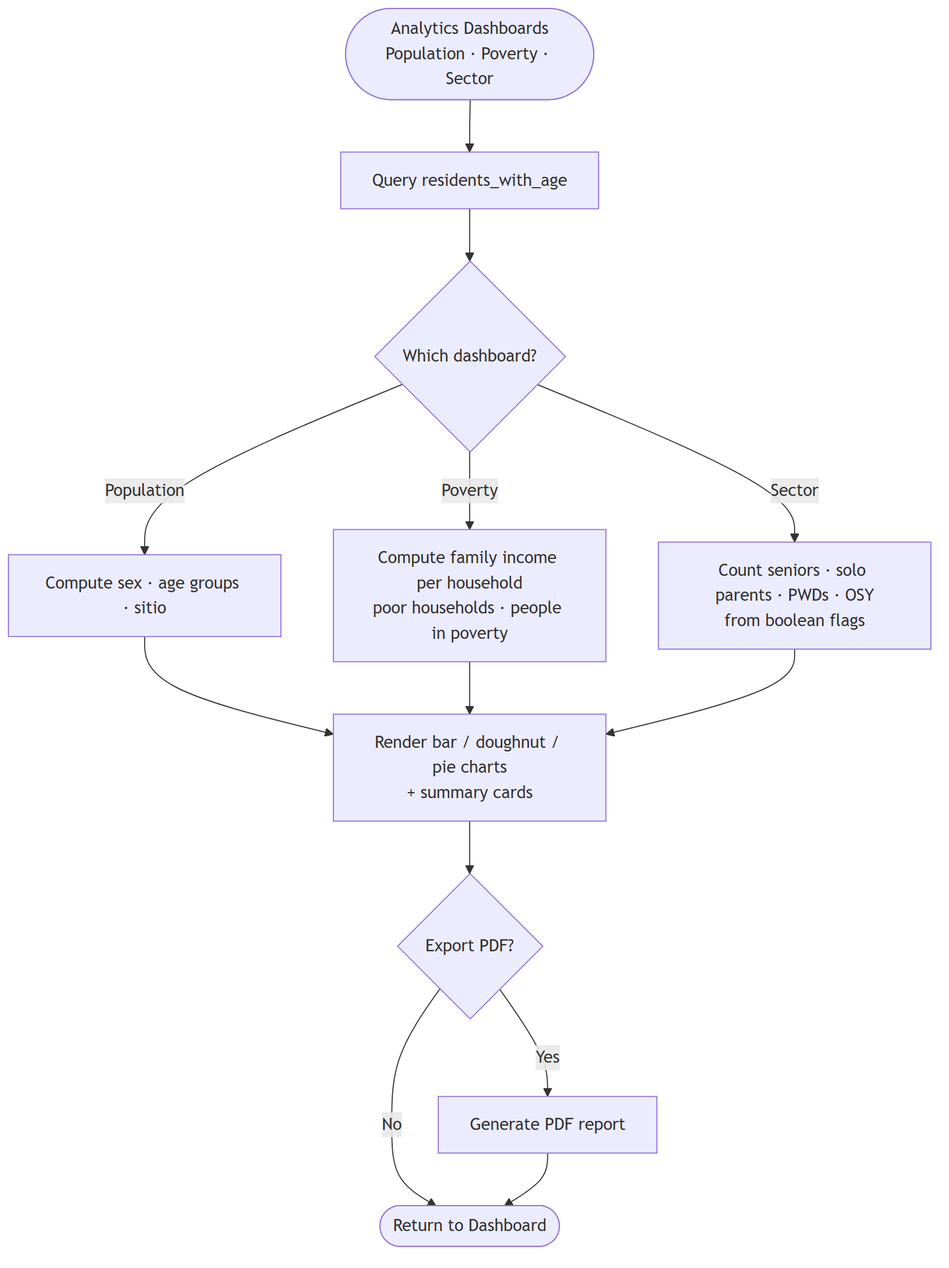
Before: diagrams/modules/analytics_dashboards.png, a diagram exported from Mermaid (KellyEspera/protect). Its source is kept beside it as diagrams/modules/analytics_dashboards.mmd.
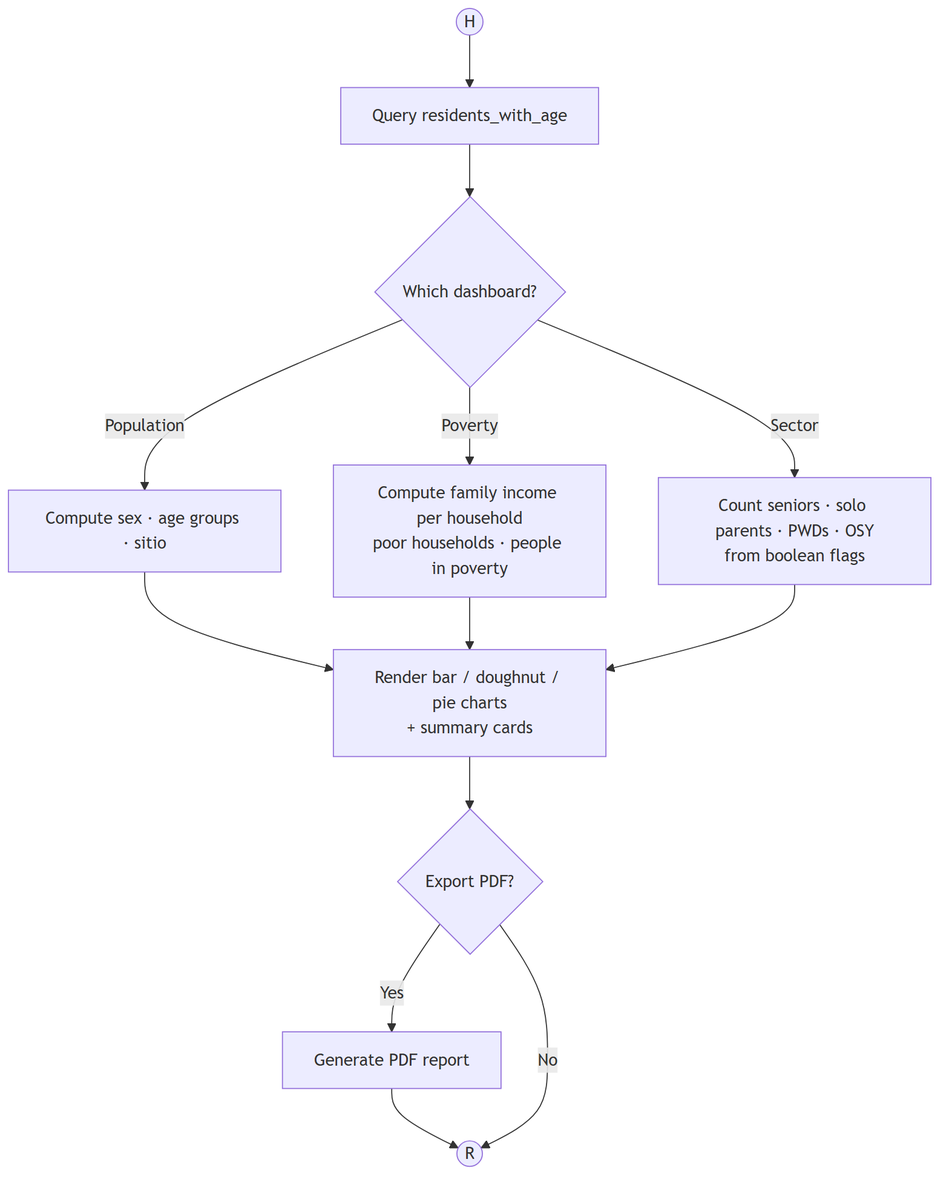
After the commit.

Diff of the diagram source:
```diff
@@ -1,5 +1,5 @@
 flowchart TD
-    AN([Analytics Dashboards<br/>Population · Poverty · Sector]) --> Query[Query residents_with_age]
+    H((H)) --> Query[Query residents_with_age]
     Query --> Type{Which dashboard?}
 
     Type -- Population --> P1[Compute sex · age groups · sitio]
@@ -10,6 +10,5 @@
     P2 --> Render
     P3 --> Render
     Render --> Export{Export PDF?}
-    Export -- Yes --> PDF[Generate PDF report]
-    Export -- No --> Done([Return to Dashboard])
-    PDF --> Done
+    Export -- Yes --> PDF[Generate PDF report] --> R((R))
+    Export -- No --> R
```
